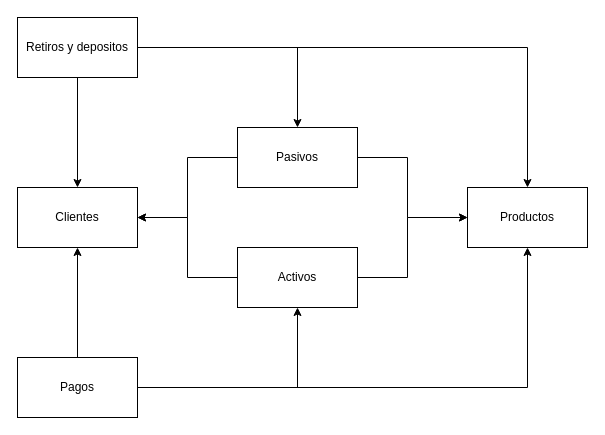
SpDkMn01/bootcamp_documentation keeps this draw.io diagram as page "Microservicios" (1 of 2) of Diagrama-solucon.drawio. Above is the earlier version. Source tidied: cells renumbered, new cells numbered last; positions are measured from the earlier drawing's top-left corner, leaving out a move shared by most shapes. Both pictures are drawn from the tidied source at 100%, with x=0, y=0 at pixel (17, 17).
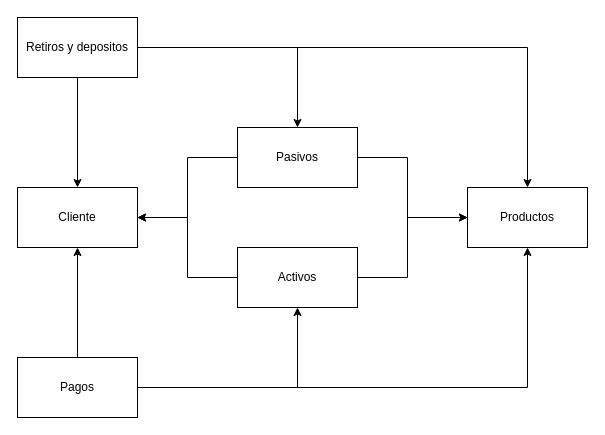
The same diagram, later.

Commit message (it also covers changes not shown here):
Cambio Prueba

What changed in the source:
```diff
@@
-    <mxCell id="2" value="Clientes" style="rounded=0;whiteSpace=wrap;html=1;" parent="1" vertex="1">
+    <mxCell id="2" value="Cliente" style="rounded=0;whiteSpace=wrap;html=1;" parent="1" vertex="1">
       <mxGeometry y="170" width="120" height="60" as="geometry" />
     </mxCell>
```
